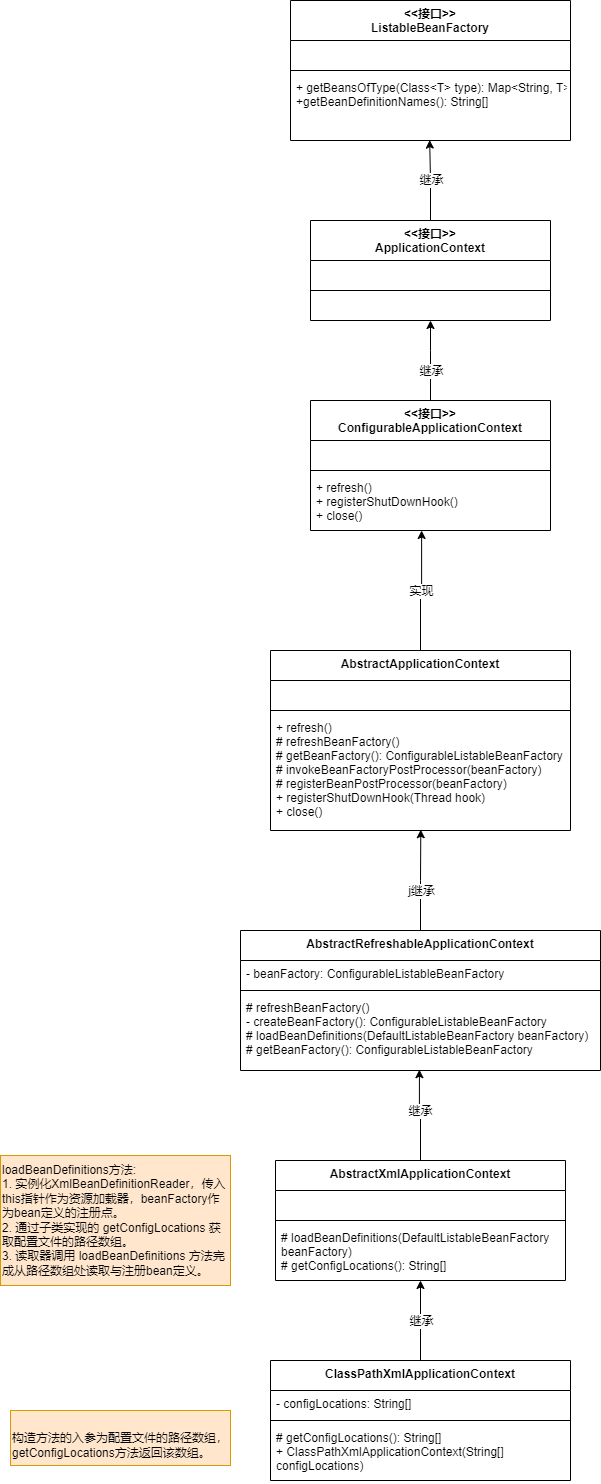
wsxzei/markdown-photos keeps this draw.io diagram as wzz-spring/spring-step-06/07(应用上下文).drawio.png. Above is the earlier version. Source tidied: cells renumbered, new cells last; positions are measured from the earlier drawing's top-left corner, leaving out a move shared by most shapes. The source it was exported from:
```xml
<mxGraphModel>
  <root>
    <mxCell id="0" />
    <mxCell id="1" parent="0" />
    <mxCell id="2" value="&lt;&lt;接口&gt;&gt;&#10;ListableBeanFactory" style="swimlane;fontStyle=1;align=center;verticalAlign=top;horizontal=1;startSize=40;" parent="1" vertex="1">
      <mxGeometry x="290" width="280" height="140" as="geometry" />
    </mxCell>
    <mxCell id="3" value=" " style="text;strokeColor=none;fillColor=none;align=left;verticalAlign=top;spacingLeft=4;spacingRight=4;overflow=hidden;" parent="2" vertex="1">
      <mxGeometry y="40" width="280" height="26" as="geometry" />
    </mxCell>
    <mxCell id="4" style="line;strokeWidth=1;fillColor=none;align=left;verticalAlign=middle;spacingTop=-1;spacingLeft=3;spacingRight=3;labelPosition=right;" parent="2" vertex="1">
      <mxGeometry y="66" width="280" height="8" as="geometry" />
    </mxCell>
    <mxCell id="5" value="+ getBeansOfType(Class&lt;T&gt; type): Map&lt;String, T&gt;&#10;+getBeanDefinitionNames(): String[] " style="text;strokeColor=none;fillColor=none;align=left;verticalAlign=top;spacingLeft=4;spacingRight=4;overflow=hidden;points=[[0,0.5],[1,0.5]];portConstraint=eastwest;" parent="2" vertex="1">
      <mxGeometry y="74" width="280" height="66" as="geometry" />
    </mxCell>
    <mxCell id="6" style="edgeStyle=orthogonalEdgeStyle;rounded=0;jettySize=auto;html=1;exitX=0.5;exitY=0;exitDx=0;exitDy=0;entryX=0.497;entryY=0.994;entryDx=0;entryDy=0;entryPerimeter=0;" parent="1" edge="1" source="8" target="5">
      <mxGeometry relative="1" as="geometry" />
    </mxCell>
    <mxCell id="7" value="继承" style="edgeLabel;html=1;align=center;verticalAlign=middle;" parent="6" vertex="1">
      <mxGeometry x="0.24" y="-1" relative="1" as="geometry">
        <mxPoint y="9" as="offset" />
      </mxGeometry>
    </mxCell>
    <mxCell id="8" value="&lt;&lt;接口&gt;&gt;&#10;ApplicationContext" style="swimlane;fontStyle=1;align=center;verticalAlign=top;horizontal=1;startSize=40;" parent="1" vertex="1">
      <mxGeometry x="310" y="220" width="240" height="100" as="geometry" />
    </mxCell>
    <mxCell id="9" value=" " style="text;strokeColor=none;fillColor=none;align=left;verticalAlign=top;spacingLeft=4;spacingRight=4;overflow=hidden;" parent="8" vertex="1">
      <mxGeometry y="40" width="240" height="26" as="geometry" />
    </mxCell>
    <mxCell id="10" style="line;strokeWidth=1;fillColor=none;align=left;verticalAlign=middle;spacingTop=-1;spacingLeft=3;spacingRight=3;labelPosition=right;" parent="8" vertex="1">
      <mxGeometry y="66" width="240" height="8" as="geometry" />
    </mxCell>
    <mxCell id="11" value=" " style="text;strokeColor=none;fillColor=none;align=left;verticalAlign=top;spacingLeft=4;spacingRight=4;overflow=hidden;points=[[0,0.5],[1,0.5]];portConstraint=eastwest;" parent="8" vertex="1">
      <mxGeometry y="74" width="240" height="26" as="geometry" />
    </mxCell>
    <mxCell id="12" style="edgeStyle=orthogonalEdgeStyle;rounded=0;jettySize=auto;html=1;entryX=0.5;entryY=1;entryDx=0;entryDy=0;entryPerimeter=0;" parent="1" edge="1" source="14" target="11">
      <mxGeometry relative="1" as="geometry">
        <Array as="points">
          <mxPoint x="430" y="350" />
          <mxPoint x="430" y="350" />
        </Array>
      </mxGeometry>
    </mxCell>
    <mxCell id="13" value="继承" style="edgeLabel;html=1;align=center;verticalAlign=middle;" parent="12" vertex="1">
      <mxGeometry x="0.28" y="3" relative="1" as="geometry">
        <mxPoint x="3" y="21" as="offset" />
      </mxGeometry>
    </mxCell>
    <mxCell id="14" value="&lt;&lt;接口&gt;&gt;&#10;ConfigurableApplicationContext" style="swimlane;fontStyle=1;align=center;verticalAlign=top;horizontal=1;startSize=40;" parent="1" vertex="1">
      <mxGeometry x="310" y="400" width="240" height="130" as="geometry" />
    </mxCell>
    <mxCell id="15" value=" " style="text;strokeColor=none;fillColor=none;align=left;verticalAlign=top;spacingLeft=4;spacingRight=4;overflow=hidden;" parent="14" vertex="1">
      <mxGeometry y="40" width="240" height="26" as="geometry" />
    </mxCell>
    <mxCell id="16" style="line;strokeWidth=1;fillColor=none;align=left;verticalAlign=middle;spacingTop=-1;spacingLeft=3;spacingRight=3;labelPosition=right;" parent="14" vertex="1">
      <mxGeometry y="66" width="240" height="8" as="geometry" />
    </mxCell>
    <mxCell id="17" value="+ refresh()&#10;+ registerShutDownHook()&#10;+ close()" style="text;strokeColor=none;fillColor=none;align=left;verticalAlign=top;spacingLeft=4;spacingRight=4;overflow=hidden;points=[[0,0.5],[1,0.5]];portConstraint=eastwest;" parent="14" vertex="1">
      <mxGeometry y="74" width="240" height="56" as="geometry" />
    </mxCell>
    <mxCell id="18" style="edgeStyle=orthogonalEdgeStyle;rounded=0;jettySize=auto;html=1;exitX=0.5;exitY=0;exitDx=0;exitDy=0;entryX=0.463;entryY=1;entryDx=0;entryDy=0;entryPerimeter=0;" parent="1" edge="1" source="20" target="17">
      <mxGeometry relative="1" as="geometry" />
    </mxCell>
    <mxCell id="19" value="实现" style="edgeLabel;html=1;align=center;verticalAlign=middle;" parent="18" vertex="1">
      <mxGeometry x="-0.31" y="-2" relative="1" as="geometry">
        <mxPoint x="-2" y="-18" as="offset" />
      </mxGeometry>
    </mxCell>
    <mxCell id="20" value="AbstractApplicationContext" style="swimlane;fontStyle=1;align=center;verticalAlign=top;horizontal=1;startSize=30;" parent="1" vertex="1">
      <mxGeometry x="270" y="650" width="300" height="180" as="geometry" />
    </mxCell>
    <mxCell id="21" value=" " style="text;strokeColor=none;fillColor=none;align=left;verticalAlign=top;spacingLeft=4;spacingRight=4;overflow=hidden;" parent="20" vertex="1">
      <mxGeometry y="30" width="300" height="26" as="geometry" />
    </mxCell>
    <mxCell id="22" style="line;strokeWidth=1;fillColor=none;align=left;verticalAlign=middle;spacingTop=-1;spacingLeft=3;spacingRight=3;labelPosition=right;" parent="20" vertex="1">
      <mxGeometry y="56" width="300" height="8" as="geometry" />
    </mxCell>
    <mxCell id="23" value="+ refresh()&#10;# refreshBeanFactory()&#10;# getBeanFactory(): ConfigurableListableBeanFactory &#10;# invokeBeanFactoryPostProcessor(beanFactory)&#10;# registerBeanPostProcessor(beanFactory)&#10;+ registerShutDownHook(Thread hook)&#10;+ close()" style="text;strokeColor=none;fillColor=none;align=left;verticalAlign=top;spacingLeft=4;spacingRight=4;overflow=hidden;points=[[0,0.5],[1,0.5]];portConstraint=eastwest;" parent="20" vertex="1">
      <mxGeometry y="64" width="300" height="116" as="geometry" />
    </mxCell>
    <mxCell id="24" style="edgeStyle=orthogonalEdgeStyle;rounded=0;jettySize=auto;html=1;exitX=0.5;exitY=0;exitDx=0;exitDy=0;entryX=0.501;entryY=0.993;entryDx=0;entryDy=0;entryPerimeter=0;" parent="1" edge="1" source="26" target="23">
      <mxGeometry relative="1" as="geometry" />
    </mxCell>
    <mxCell id="25" value="j继承" style="edgeLabel;html=1;align=center;verticalAlign=middle;" parent="24" vertex="1">
      <mxGeometry x="0.25" y="-1" relative="1" as="geometry">
        <mxPoint x="-1" y="23" as="offset" />
      </mxGeometry>
    </mxCell>
    <mxCell id="26" value="AbstractRefreshableApplicationContext" style="swimlane;fontStyle=1;align=center;verticalAlign=top;horizontal=1;startSize=30;" parent="1" vertex="1">
      <mxGeometry x="240" y="930" width="360" height="140" as="geometry" />
    </mxCell>
    <mxCell id="27" value="- beanFactory: ConfigurableListableBeanFactory" style="text;strokeColor=none;fillColor=none;align=left;verticalAlign=top;spacingLeft=4;spacingRight=4;overflow=hidden;" parent="26" vertex="1">
      <mxGeometry y="30" width="360" height="26" as="geometry" />
    </mxCell>
    <mxCell id="28" style="line;strokeWidth=1;fillColor=none;align=left;verticalAlign=middle;spacingTop=-1;spacingLeft=3;spacingRight=3;labelPosition=right;" parent="26" vertex="1">
      <mxGeometry y="56" width="360" height="8" as="geometry" />
    </mxCell>
    <mxCell id="29" value="# refreshBeanFactory()&#10;- createBeanFactory(): ConfigurableListableBeanFactory&#10;# loadBeanDefinitions(DefaultListableBeanFactory beanFactory)&#10;# getBeanFactory(): ConfigurableListableBeanFactory" style="text;strokeColor=none;fillColor=none;align=left;verticalAlign=top;spacingLeft=4;spacingRight=4;overflow=hidden;points=[[0,0.5],[1,0.5]];portConstraint=eastwest;" parent="26" vertex="1">
      <mxGeometry y="64" width="360" height="76" as="geometry" />
    </mxCell>
    <mxCell id="30" style="edgeStyle=orthogonalEdgeStyle;rounded=0;jettySize=auto;html=1;exitX=0.5;exitY=0;exitDx=0;exitDy=0;entryX=0.497;entryY=0.989;entryDx=0;entryDy=0;entryPerimeter=0;" parent="1" edge="1" source="32" target="29">
      <mxGeometry relative="1" as="geometry" />
    </mxCell>
    <mxCell id="31" value="继承" style="edgeLabel;html=1;align=center;verticalAlign=middle;" parent="30" vertex="1">
      <mxGeometry x="0.26" y="2" relative="1" as="geometry">
        <mxPoint x="3" y="7" as="offset" />
      </mxGeometry>
    </mxCell>
    <mxCell id="32" value="AbstractXmlApplicationContext" style="swimlane;fontStyle=1;align=center;verticalAlign=top;horizontal=1;startSize=30;" parent="1" vertex="1">
      <mxGeometry x="275" y="1160" width="290" height="120" as="geometry" />
    </mxCell>
    <mxCell id="33" value=" " style="text;strokeColor=none;fillColor=none;align=left;verticalAlign=top;spacingLeft=4;spacingRight=4;overflow=hidden;" parent="32" vertex="1">
      <mxGeometry y="30" width="290" height="26" as="geometry" />
    </mxCell>
    <mxCell id="34" style="line;strokeWidth=1;fillColor=none;align=left;verticalAlign=middle;spacingTop=-1;spacingLeft=3;spacingRight=3;labelPosition=right;" parent="32" vertex="1">
      <mxGeometry y="56" width="290" height="8" as="geometry" />
    </mxCell>
    <mxCell id="35" value="# loadBeanDefinitions(DefaultListableBeanFactory &#10;beanFactory)&#10;# getConfigLocations(): String[]" style="text;strokeColor=none;fillColor=none;align=left;verticalAlign=top;spacingLeft=4;spacingRight=4;overflow=hidden;points=[[0,0.5],[1,0.5]];portConstraint=eastwest;" parent="32" vertex="1">
      <mxGeometry y="64" width="290" height="56" as="geometry" />
    </mxCell>
    <mxCell id="36" style="edgeStyle=orthogonalEdgeStyle;rounded=0;jettySize=auto;html=1;exitX=0.5;exitY=0;exitDx=0;exitDy=0;entryX=0.5;entryY=1;entryDx=0;entryDy=0;entryPerimeter=0;" parent="1" edge="1" source="38" target="35">
      <mxGeometry relative="1" as="geometry" />
    </mxCell>
    <mxCell id="37" value="继承" style="edgeLabel;html=1;align=center;verticalAlign=middle;" parent="36" vertex="1">
      <mxGeometry x="-0.21" y="-1" relative="1" as="geometry">
        <mxPoint x="-1" y="-8" as="offset" />
      </mxGeometry>
    </mxCell>
    <mxCell id="38" value="ClassPathXmlApplicationContext" style="swimlane;fontStyle=1;align=center;verticalAlign=top;horizontal=1;startSize=30;" parent="1" vertex="1">
      <mxGeometry x="270" y="1360" width="300" height="120" as="geometry" />
    </mxCell>
    <mxCell id="39" value="- configLocations: String[]" style="text;strokeColor=none;fillColor=none;align=left;verticalAlign=top;spacingLeft=4;spacingRight=4;overflow=hidden;" parent="38" vertex="1">
      <mxGeometry y="30" width="300" height="26" as="geometry" />
    </mxCell>
    <mxCell id="40" style="line;strokeWidth=1;fillColor=none;align=left;verticalAlign=middle;spacingTop=-1;spacingLeft=3;spacingRight=3;labelPosition=right;" parent="38" vertex="1">
      <mxGeometry y="56" width="300" height="8" as="geometry" />
    </mxCell>
    <mxCell id="41" value="# getConfigLocations(): String[]&#10;+ ClassPathXmlApplicationContext(String[] &#10;configLocations)" style="text;strokeColor=none;fillColor=none;align=left;verticalAlign=top;spacingLeft=4;spacingRight=4;overflow=hidden;points=[[0,0.5],[1,0.5]];portConstraint=eastwest;" parent="38" vertex="1">
      <mxGeometry y="64" width="300" height="56" as="geometry" />
    </mxCell>
    <mxCell id="42" value="loadBeanDefinitions方法:&lt;br&gt;1. 实例化XmlBeanDefinitionReader，传入this指针作为资源加载器，beanFactory作为bean定义的注册点。&lt;br&gt;&lt;div style=&quot;&quot;&gt;&lt;span style=&quot;background-color: initial;&quot;&gt;2. 通过子类实现的 getConfigLocations 获取配置文件的路径数组。&lt;/span&gt;&lt;/div&gt;&lt;div style=&quot;&quot;&gt;&lt;span style=&quot;background-color: initial;&quot;&gt;3. 读取器调用 loadBeanDefinitions 方法完成从路径数组处读取与注册bean定义。&lt;/span&gt;&lt;/div&gt;" style="text;html=1;strokeColor=#d79b00;fillColor=#ffe6cc;align=left;verticalAlign=middle;whiteSpace=wrap;rounded=0;" parent="1" vertex="1">
      <mxGeometry y="1155" width="230" height="130" as="geometry" />
    </mxCell>
    <mxCell id="43" value="&lt;br&gt;构造方法的入参为配置文件的路径数组，getConfigLocations方法返回该数组。" style="text;html=1;strokeColor=#d79b00;fillColor=#ffe6cc;align=left;verticalAlign=middle;whiteSpace=wrap;rounded=0;" parent="1" vertex="1">
      <mxGeometry x="10" y="1410" width="220" height="55" as="geometry" />
    </mxCell>
  </root>
</mxGraphModel>
```
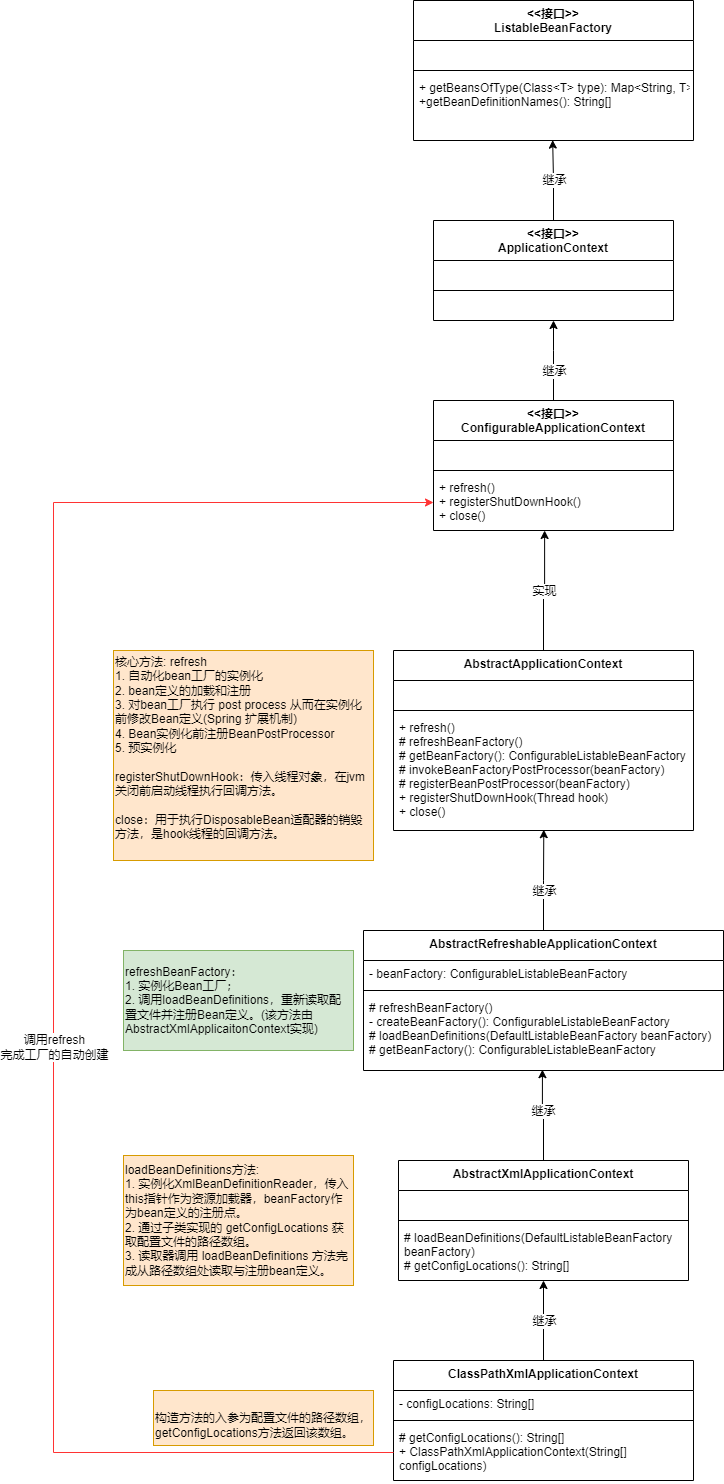
After the change.

Commit message:
更新07(应用上下文).drawio.png

What changed in the source:
```diff
@@ -82,7 +82,7 @@
     <mxCell id="24" style="edgeStyle=orthogonalEdgeStyle;rounded=0;jettySize=auto;html=1;exitX=0.5;exitY=0;exitDx=0;exitDy=0;entryX=0.501;entryY=0.993;entryDx=0;entryDy=0;entryPerimeter=0;" parent="1" edge="1" source="26" target="23">
       <mxGeometry relative="1" as="geometry" />
     </mxCell>
-    <mxCell id="25" value="j继承" style="edgeLabel;html=1;align=center;verticalAlign=middle;" parent="24" vertex="1">
+    <mxCell id="25" value="继承" style="edgeLabel;html=1;align=center;verticalAlign=middle;" parent="24" vertex="1">
       <mxGeometry x="0.25" y="-1" relative="1" as="geometry">
         <mxPoint x="-1" y="23" as="offset" />
       </mxGeometry>
@@ -143,7 +143,24 @@
       <mxGeometry y="1155" width="230" height="130" as="geometry" />
     </mxCell>
     <mxCell id="43" value="&lt;br&gt;构造方法的入参为配置文件的路径数组，getConfigLocations方法返回该数组。" style="text;html=1;strokeColor=#d79b00;fillColor=#ffe6cc;align=left;verticalAlign=middle;whiteSpace=wrap;rounded=0;" parent="1" vertex="1">
-      <mxGeometry x="10" y="1410" width="220" height="55" as="geometry" />
+      <mxGeometry x="30" y="1390" width="220" height="55" as="geometry" />
     </mxCell>
+    <mxCell id="44" value="refreshBeanFactory：&lt;br&gt;1. 实例化Bean工厂；&lt;br&gt;2. 调用loadBeanDefinitions，重新读取配置文件并注册Bean定义。(该方法由AbstractXmlApplicaitonContext实现)" style="text;html=1;strokeColor=#82b366;fillColor=#d5e8d4;align=left;verticalAlign=middle;whiteSpace=wrap;rounded=0;" parent="1" vertex="1">
+      <mxGeometry y="950" width="230" height="100" as="geometry" />
+    </mxCell>
+    <mxCell id="45" value="&lt;div class=&quot;mind-clipboard&quot;&gt;&lt;div&gt;核心方法: refresh&lt;/div&gt;&lt;div&gt;1. 自动化bean工厂的实例化&lt;/div&gt;&lt;div&gt;2. bean定义的加载和注册&lt;/div&gt;&lt;div&gt;3. 对bean工厂执行 post process 从而在实例化前修改Bean定义(Spring 扩展机制)&lt;/div&gt;&lt;div&gt;4.&amp;nbsp;Bean实例化前注册BeanPostProcessor&lt;/div&gt;&lt;div&gt;5. 预实例化&lt;/div&gt;&lt;div&gt;&lt;br&gt;&lt;/div&gt;&lt;div&gt;&lt;div&gt;registerShutDownHook：传入线程对象，在jvm关闭前启动线程执行回调方法。&lt;/div&gt;&lt;div&gt;&lt;br&gt;&lt;/div&gt;close：用于执行DisposableBean适配器的销毁方法，是hook线程的回调方法。&lt;div&gt;&lt;br&gt;&lt;/div&gt;&lt;/div&gt;&lt;/div&gt;" style="text;html=1;strokeColor=#d79b00;fillColor=#ffe6cc;align=left;verticalAlign=middle;whiteSpace=wrap;rounded=0;" parent="1" vertex="1">
+      <mxGeometry x="-10" y="650" width="260" height="210" as="geometry" />
+    </mxCell>
+    <mxCell id="46" style="edgeStyle=orthogonalEdgeStyle;rounded=0;jettySize=auto;html=1;exitX=0;exitY=0.5;exitDx=0;exitDy=0;strokeColor=#FF3333;" parent="1" edge="1" source="41" target="17">
+      <mxGeometry relative="1" as="geometry">
+        <Array as="points">
+          <mxPoint x="-70" y="1452" />
+          <mxPoint x="-70" y="502" />
+        </Array>
+      </mxGeometry>
+    </mxCell>
+    <mxCell id="47" value="调用refresh&lt;br&gt;完成工厂的自动创建" style="edgeLabel;html=1;align=center;verticalAlign=middle;" parent="46" vertex="1">
+      <mxGeometry x="-0.11" relative="1" as="geometry" />
+    </mxCell>
   </root>
 </mxGraphModel>
```
